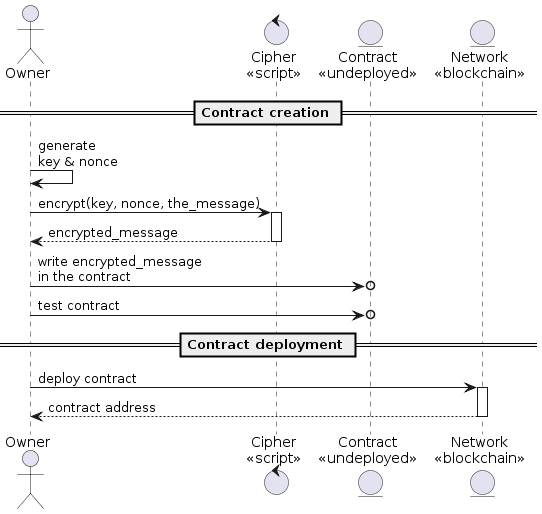
Before: docs/Contract_creation_SeqDiag.png, a diagram exported from PlantUML (bortch/Revealable).
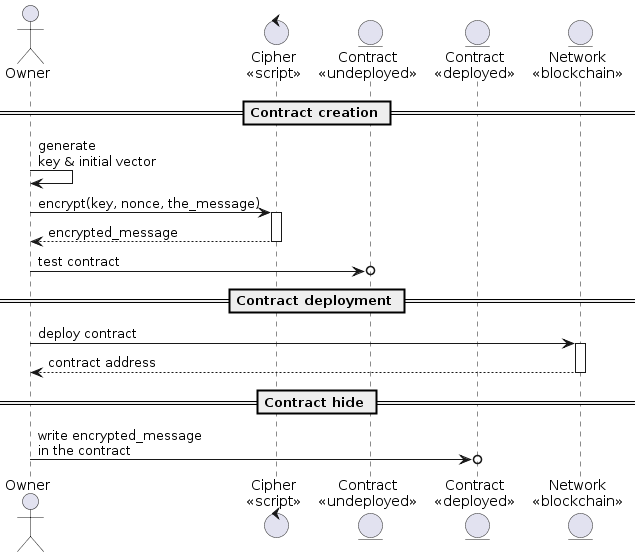
After the change.

Diff of the diagram source:
```diff
@@ -3,15 +3,15 @@
 actor       Owner           as o
 control     "Cipher\n<<script>>"   as cipher
 entity      "Contract\n<<undeployed>>"       as contract
+entity      "Contract\n<<deployed>>"       as d_contract
 entity      "Network\n<<blockchain>>"         as net
 
 == Contract creation ==
-o -> o : generate\nkey & nonce
+o -> o : generate\nkey & initial vector
 o -> cipher : encrypt(key, nonce, the_message)
 activate cipher
 cipher --> o : encrypted_message
 deactivate cipher
-o ->o contract : write encrypted_message\nin the contract
 o ->o contract : test contract
 
 == Contract deployment ==
@@ -20,4 +20,9 @@
 activate net
 net --> o : contract address
 deactivate net
+
+== Contract hide ==
+
+o ->o d_contract : write encrypted_message\nin the contract
+
 @enduml
```
